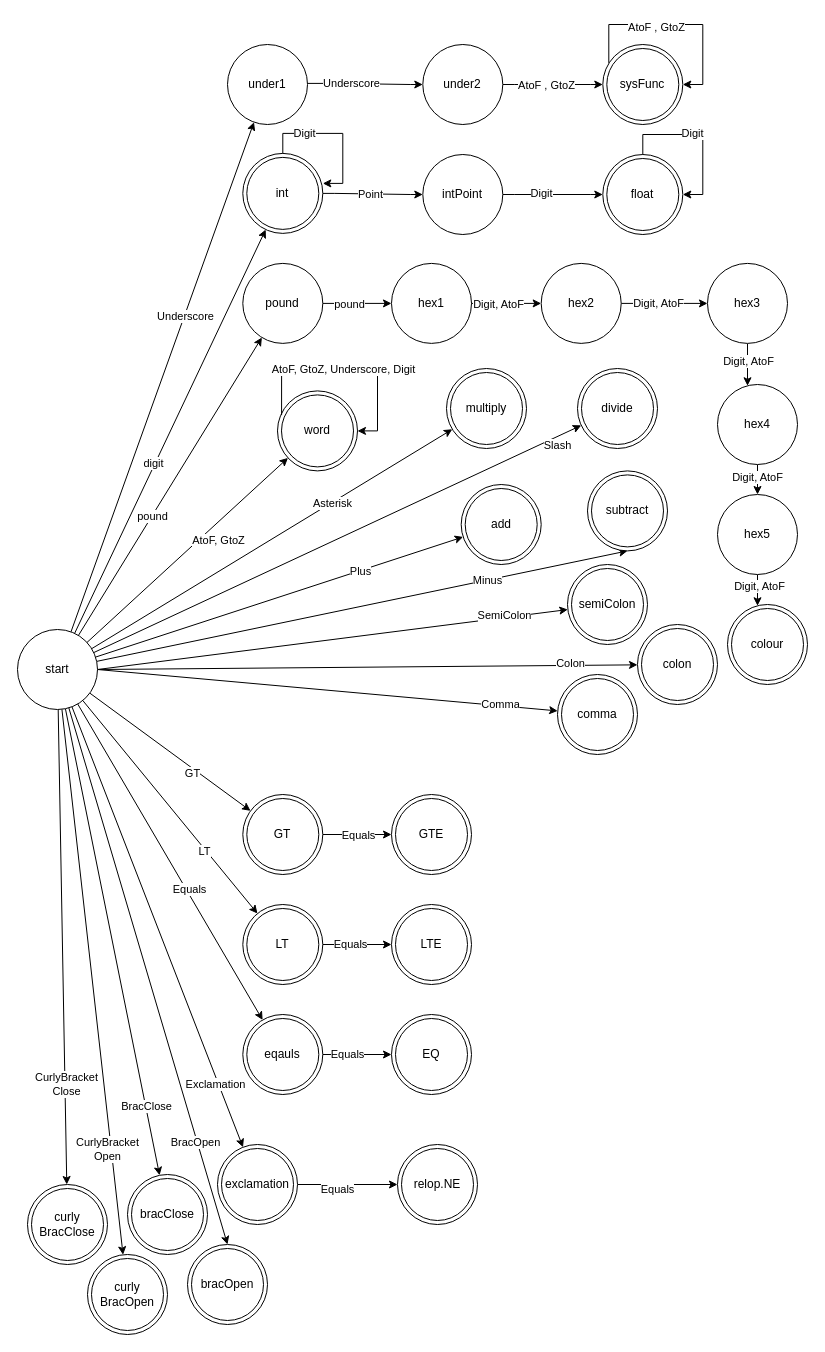
Before: docs/lexer DSA.drawio in wayne1512/CPS2000-compiler, a draw.io diagram. Source tidied: cells renumbered, new cells numbered last; positions are measured from the earlier drawing's top-left corner, leaving out a move shared by most shapes. Both pictures are drawn from the tidied source at 100%, with x=0, y=0 at pixel (17, 44).
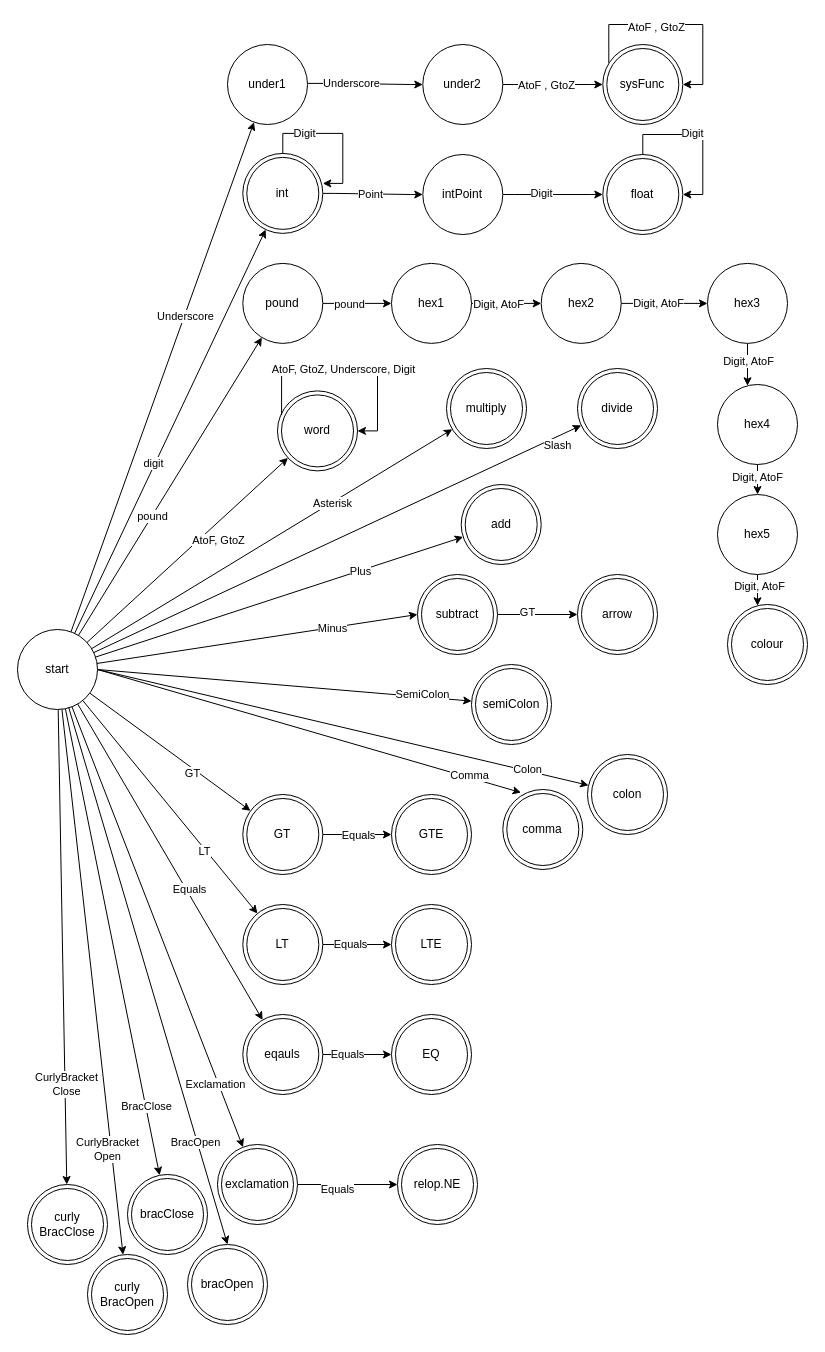
After the change.

The change refers to these unchanged cells:
```xml
<mxCell id="40" value="start" style="ellipse;whiteSpace=wrap;html=1;" parent="1" vertex="1">
  <mxGeometry y="585" width="80" height="80" as="geometry" />
</mxCell>
```

Change to the diagram source:
```diff
@@
-    <mxCell id="16" style="rounded=0;jettySize=auto;html=1;orthogonal=1;entryX=0.5;entryY=1;entryDx=0;entryDy=0;" parent="1" edge="1" source="40" target="86">
+    <mxCell id="16" style="rounded=0;jettySize=auto;html=1;orthogonal=1;entryX=0;entryY=0.5;entryDx=0;entryDy=0;" parent="1" edge="1" source="40" target="86">
       <mxGeometry relative="1" as="geometry" />
     </mxCell>
@@
-    <mxCell id="38" style="rounded=0;jettySize=auto;html=1;exitX=1;exitY=0.5;exitDx=0;exitDy=0;" parent="1" edge="1" source="40" target="109">
+    <mxCell id="38" style="rounded=0;jettySize=auto;html=1;exitX=1;exitY=0.5;exitDx=0;exitDy=0;entryX=0.228;entryY=0.039;entryDx=0;entryDy=0;entryPerimeter=0;" parent="1" edge="1" source="40" target="109">
       <mxGeometry relative="1" as="geometry" />
     </mxCell>
@@
+    <mxCell id="110" style="edgeStyle=orthogonalEdgeStyle;rounded=0;jettySize=auto;html=1;" parent="1" edge="1" source="86" target="112">
+      <mxGeometry relative="1" as="geometry" />
+    </mxCell>
+    <mxCell id="111" value="GT" style="edgeLabel;html=1;align=center;verticalAlign=middle;" parent="110" vertex="1">
+      <mxGeometry x="-0.27" y="3" relative="1" as="geometry" />
+    </mxCell>
     <mxCell id="86" value="subtract" style="ellipse;whiteSpace=wrap;html=1;shape=doubleEllipse;" parent="1" vertex="1">
-      <mxGeometry x="570" y="426.4" width="80" height="80" as="geometry" />
+      <mxGeometry x="400" y="530" width="80" height="80" as="geometry" />
     </mxCell>
@@
     <mxCell id="107" value="semiColon" style="ellipse;whiteSpace=wrap;html=1;shape=doubleEllipse;" parent="1" vertex="1">
-      <mxGeometry x="550" y="520" width="80" height="80" as="geometry" />
+      <mxGeometry x="454" y="620" width="80" height="80" as="geometry" />
     </mxCell>
     <mxCell id="108" value="colon" style="ellipse;whiteSpace=wrap;html=1;shape=doubleEllipse;" parent="1" vertex="1">
-      <mxGeometry x="620" y="580" width="80" height="80" as="geometry" />
+      <mxGeometry x="570" y="710" width="80" height="80" as="geometry" />
     </mxCell>
     <mxCell id="109" value="comma" style="ellipse;whiteSpace=wrap;html=1;shape=doubleEllipse;" parent="1" vertex="1">
-      <mxGeometry x="540" y="630" width="80" height="80" as="geometry" />
+      <mxGeometry x="485.3" y="745" width="80" height="80" as="geometry" />
     </mxCell>
+    <mxCell id="112" value="arrow" style="ellipse;whiteSpace=wrap;html=1;shape=doubleEllipse;" parent="1" vertex="1">
+      <mxGeometry x="560" y="530" width="80" height="80" as="geometry" />
+    </mxCell>
```
